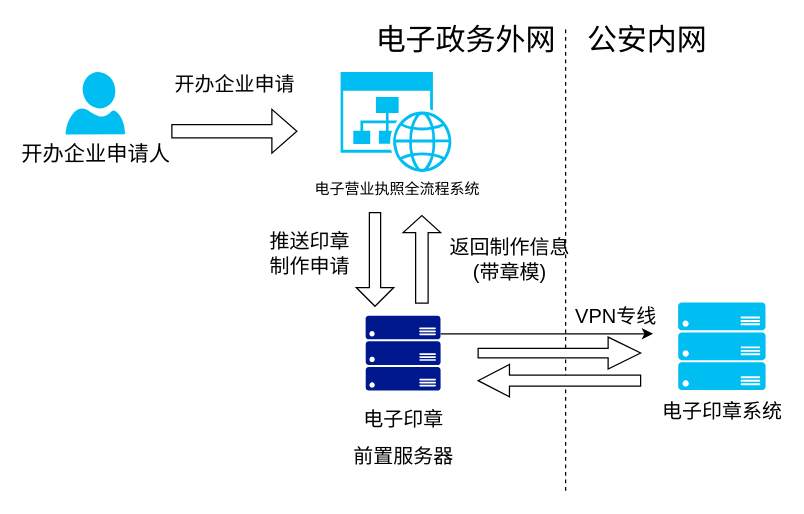
Above: page "企业印章申请" (3 of 4) of Untitled Diagram.drawio in guoqingshan2020/draw (draw.io), before the change. Source tidied: cells renumbered, new cells numbered last; positions are measured from the earlier drawing's top-left corner, leaving out a move shared by most shapes. Both pictures are drawn from the tidied source at 125%, with x=0, y=0 at pixel (65, 21).
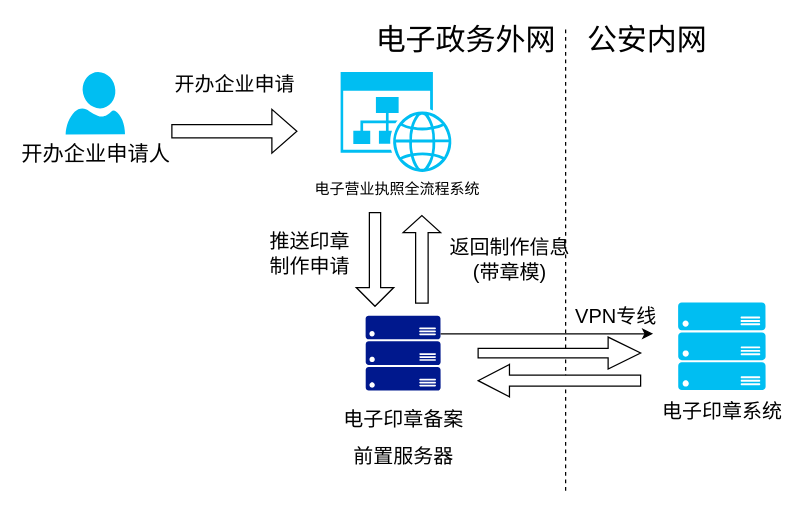
After the change.

Change to the diagram source:
```diff
@@
-    <mxCell id="14" value="&lt;span style=&quot;font-size: 16px&quot;&gt;电子印章&lt;/span&gt;&lt;br style=&quot;font-size: 16px&quot;&gt;&lt;span style=&quot;font-size: 16px&quot;&gt;前置服务器&lt;/span&gt;" style="shadow=0;dashed=0;html=1;strokeColor=none;labelPosition=center;verticalLabelPosition=bottom;verticalAlign=top;align=center;fillColor=#00188D;shape=mxgraph.azure.server_rack;fontSize=24;" parent="1" vertex="1">
+    <mxCell id="14" value="&lt;span style=&quot;font-size: 16px&quot;&gt;电子印章备案&lt;/span&gt;&lt;br style=&quot;font-size: 16px&quot;&gt;&lt;span style=&quot;font-size: 16px&quot;&gt;前置服务器&lt;/span&gt;" style="shadow=0;dashed=0;html=1;strokeColor=none;labelPosition=center;verticalLabelPosition=bottom;verticalAlign=top;align=center;fillColor=#00188D;shape=mxgraph.azure.server_rack;fontSize=24;" parent="1" vertex="1">
       <mxGeometry x="240" y="235" width="60" height="60" as="geometry" />
     </mxCell>
```
